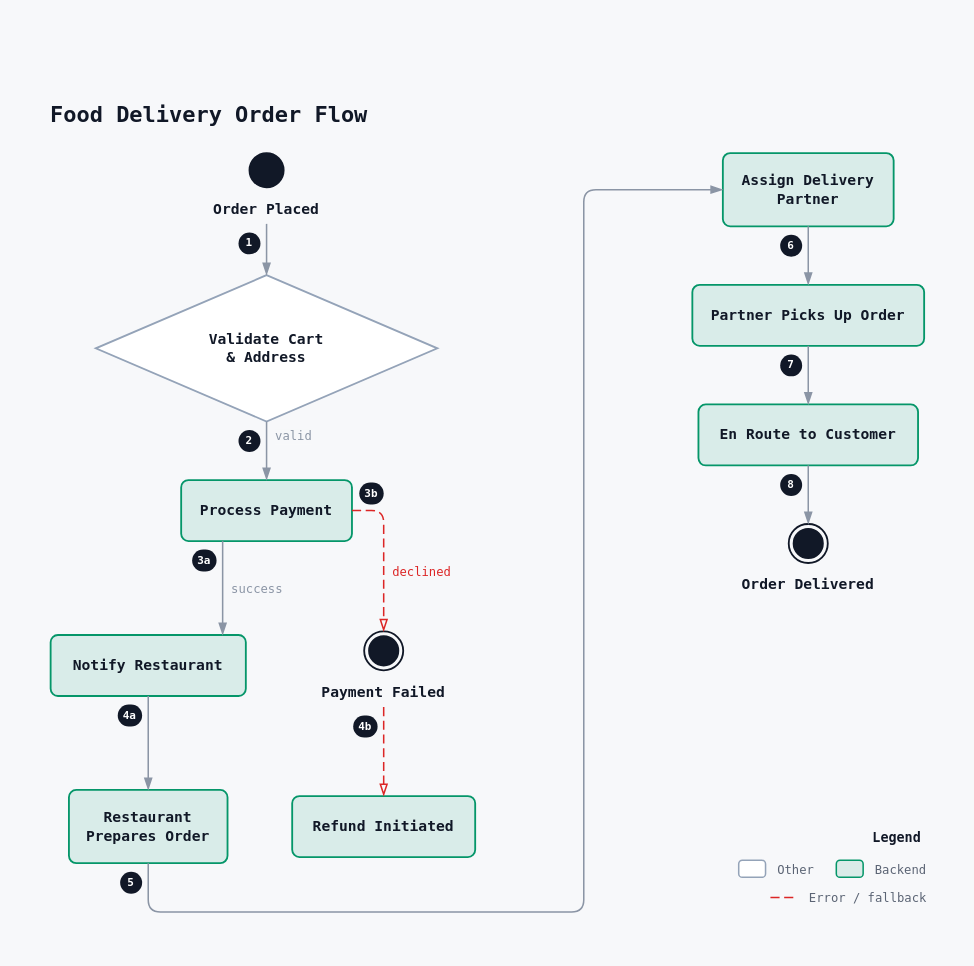
This is examples/swiggy_order_flow/swiggy_order_flow.drawio from rg12301/rdg, a draw.io file, before an edit. Source tidied: cells renumbered, new cells numbered last; positions are measured from the earlier drawing's top-left corner, leaving out a move shared by most shapes. Both pictures are drawn from the tidied source at 122%, with x=0, y=0 at pixel (21, 60).
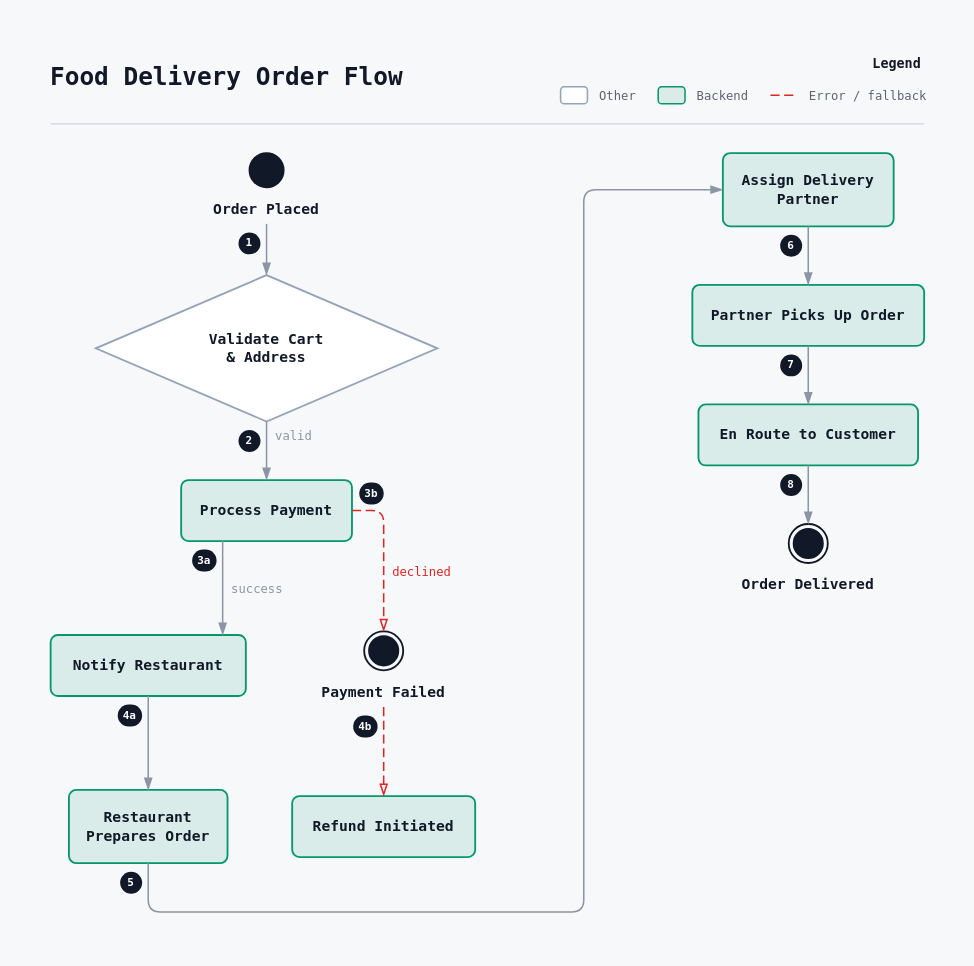
The same page after the edit.

Diff of the diagram source:
```diff
@@
     <mxCell id="2" style="rounded=0;fillColor=none;strokeColor=none;selectable=0;" parent="1" vertex="1">
-      <mxGeometry width="764" height="726" as="geometry" />
+      <mxGeometry y="-32" width="764" height="758" as="geometry" />
     </mxCell>
-    <mxCell id="3" value="&lt;b&gt;&lt;font style=&quot;font-size:18px;color:#111827;line-height:24px;&quot;&gt;Food Delivery Order Flow&lt;/font&gt;&lt;/b&gt;" style="text;html=1;strokeColor=none;fillColor=none;align=left;verticalAlign=top;rounded=0;whiteSpace=nowrap;spacing=0;fontFamily=JetBrains Mono, ui-monospace, SFMono-Regular, Menlo, Consolas, monospace;" parent="1" vertex="1">
-      <mxGeometry x="24" y="28" width="263.2" height="24.3" as="geometry" />
+    <mxCell id="3" value="&lt;b&gt;&lt;font style=&quot;font-size:20px;color:#111827;line-height:27px;&quot;&gt;Food Delivery Order Flow&lt;/font&gt;&lt;/b&gt;" style="text;html=1;strokeColor=none;fillColor=none;align=left;verticalAlign=top;rounded=0;whiteSpace=nowrap;spacing=0;fontFamily=JetBrains Mono, ui-monospace, SFMono-Regular, Menlo, Consolas, monospace;" parent="1" vertex="1">
+      <mxGeometry x="24" y="-4" width="292" height="27" as="geometry" />
     </mxCell>
@@
     <mxCell id="38" value="Legend" style="text;html=1;strokeColor=none;fillColor=none;align=left;verticalAlign=middle;whiteSpace=nowrap;fontFamily=JetBrains Mono, ui-monospace, SFMono-Regular, Menlo, Consolas, monospace;fontSize=11;fontColor=#111827;fontStyle=1;" parent="1" vertex="1">
-      <mxGeometry x="696.4" y="630" width="43.6" height="14.9" as="geometry" />
+      <mxGeometry x="696.4" y="-4" width="43.6" height="14.9" as="geometry" />
     </mxCell>
     <mxCell id="39" style="rounded=1;absoluteArcSize=1;arcSize=6;fillColor=#ffffff;fillOpacity=100;strokeColor=#94a3b8;strokeWidth=1.25;" parent="1" vertex="1">
-      <mxGeometry x="588" y="655.6" width="22" height="14" as="geometry" />
+      <mxGeometry x="442" y="21.6" width="22" height="14" as="geometry" />
     </mxCell>
     <mxCell id="40" value="Other" style="text;html=1;strokeColor=none;fillColor=none;align=left;verticalAlign=middle;whiteSpace=nowrap;fontFamily=JetBrains Mono, ui-monospace, SFMono-Regular, Menlo, Consolas, monospace;fontSize=10;fontColor=#5b6474;fontStyle=0;" parent="1" vertex="1">
-      <mxGeometry x="618" y="650.9" width="50" height="23.5" as="geometry" />
+      <mxGeometry x="472" y="16.9" width="50" height="23.5" as="geometry" />
     </mxCell>
     <mxCell id="41" style="rounded=1;absoluteArcSize=1;arcSize=6;fillColor=#059669;fillOpacity=12;strokeColor=#059669;strokeWidth=1.25;" parent="1" vertex="1">
-      <mxGeometry x="668" y="655.6" width="22" height="14" as="geometry" />
+      <mxGeometry x="522" y="21.6" width="22" height="14" as="geometry" />
     </mxCell>
     <mxCell id="42" value="Backend" style="text;html=1;strokeColor=none;fillColor=none;align=left;verticalAlign=middle;whiteSpace=nowrap;fontFamily=JetBrains Mono, ui-monospace, SFMono-Regular, Menlo, Consolas, monospace;fontSize=10;fontColor=#5b6474;fontStyle=0;" parent="1" vertex="1">
-      <mxGeometry x="698" y="650.9" width="62" height="23.5" as="geometry" />
+      <mxGeometry x="552" y="16.9" width="62" height="23.5" as="geometry" />
     </mxCell>
-    <mxCell id="43" style="endArrow=none;html=1;strokeColor=#dc2626;strokeWidth=1.25;dashed=1;dashPattern=6 3;" parent="1" edge="1">
-      <mxGeometry relative="1" as="geometry">
-        <mxPoint x="614" y="686.1" as="sourcePoint" />
-        <mxPoint x="636" y="686.1" as="targetPoint" />
-      </mxGeometry>
-    </mxCell>
+    <mxCell id="45" style="endArrow=none;html=1;strokeColor=#dc2626;strokeWidth=1.25;dashed=1;dashPattern=6 3;" parent="1" edge="1">
+      <mxGeometry relative="1" as="geometry">
+        <mxPoint x="614" y="28.6" as="sourcePoint" />
+        <mxPoint x="636" y="28.6" as="targetPoint" />
+      </mxGeometry>
+    </mxCell>
     <mxCell id="44" value="Error / fallback" style="text;html=1;strokeColor=none;fillColor=none;align=left;verticalAlign=middle;whiteSpace=nowrap;fontFamily=JetBrains Mono, ui-monospace, SFMono-Regular, Menlo, Consolas, monospace;fontSize=10;fontColor=#5b6474;fontStyle=0;" parent="1" vertex="1">
-      <mxGeometry x="644" y="674.4" width="116" height="23.5" as="geometry" />
+      <mxGeometry x="644" y="16.9" width="116" height="23.5" as="geometry" />
     </mxCell>
+    <mxCell id="46" style="line;strokeWidth=1;strokeColor=#d0d5de;html=1;" parent="1" vertex="1">
+      <mxGeometry x="24" y="51" width="716" height="2" as="geometry" />
+    </mxCell>
```
